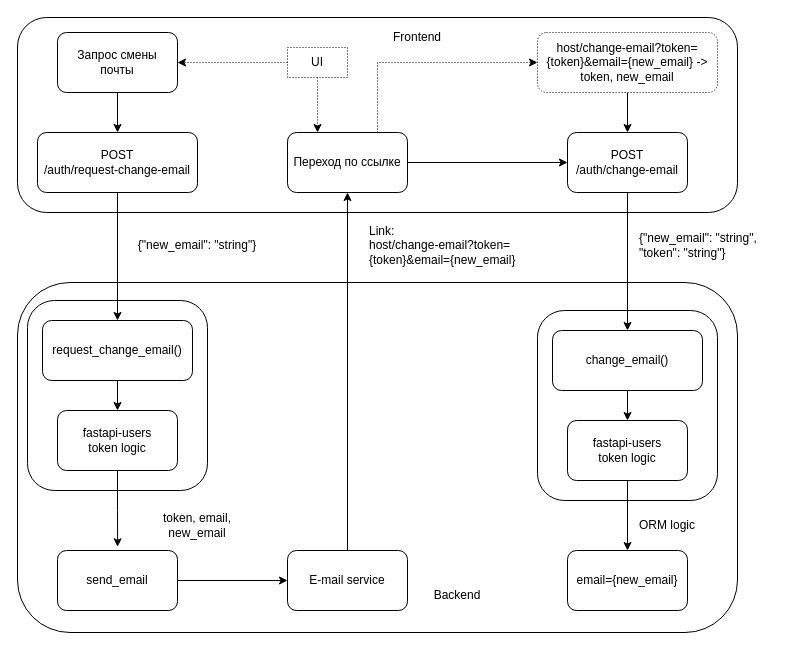
The draw.io diagram docs/diagrams/change_email_process.drawio in Forkenn/HosteyPic, before the edit. Source tidied: cells renumbered, new cells numbered last; positions are measured from the earlier drawing's top-left corner, leaving out a move shared by most shapes. Both pictures are drawn from the tidied source at 100%, with x=0, y=0 at pixel (17, 17).
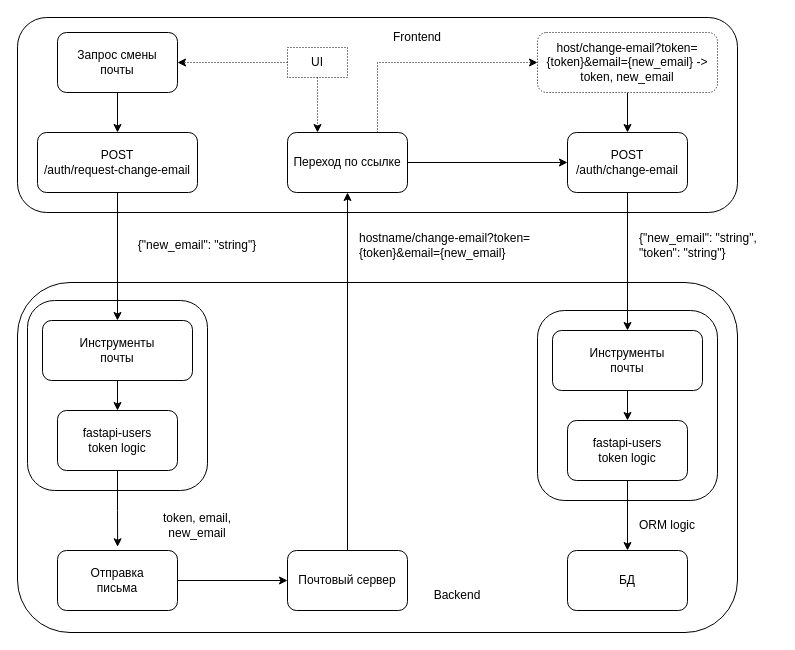
After the change.

Commit message (it also covers changes not shown here):
Update process diagrams

The edit, as a diff of the source:
```diff
@@
-    <mxCell id="10" value="Link:&lt;br&gt;&lt;div&gt;host/change-email?token={token}&amp;amp;email={new_email}&lt;/div&gt;" style="text;html=1;align=left;verticalAlign=middle;whiteSpace=wrap;rounded=0;" parent="1" vertex="1">
-      <mxGeometry x="350" y="203" width="180" height="50" as="geometry" />
+    <mxCell id="10" value="&lt;div&gt;hostname/change-email?token={token}&amp;amp;email={new_email}&lt;/div&gt;" style="text;html=1;align=left;verticalAlign=middle;whiteSpace=wrap;rounded=0;" parent="1" vertex="1">
+      <mxGeometry x="340" y="203" width="230" height="50" as="geometry" />
     </mxCell>
@@
-    <mxCell id="20" value="request_change_email()" style="rounded=1;whiteSpace=wrap;html=1;" parent="1" vertex="1">
+    <mxCell id="20" value="&lt;div&gt;Инструменты&lt;/div&gt;&lt;div&gt;почты&lt;br&gt;&lt;/div&gt;" style="rounded=1;whiteSpace=wrap;html=1;" parent="1" vertex="1">
       <mxGeometry x="25" y="303" width="150" height="60" as="geometry" />
     </mxCell>
@@
-    <mxCell id="23" value="send_email" style="rounded=1;whiteSpace=wrap;html=1;" parent="1" vertex="1">
+    <mxCell id="23" value="&lt;div&gt;Отправка&lt;/div&gt;&lt;div&gt;письма&lt;br&gt;&lt;/div&gt;" style="rounded=1;whiteSpace=wrap;html=1;" parent="1" vertex="1">
       <mxGeometry x="40" y="533" width="120" height="60" as="geometry" />
     </mxCell>
@@
-    <mxCell id="26" value="E-mail service" style="rounded=1;whiteSpace=wrap;html=1;" parent="1" vertex="1">
+    <mxCell id="26" value="Почтовый сервер" style="rounded=1;whiteSpace=wrap;html=1;" parent="1" vertex="1">
       <mxGeometry x="270" y="533" width="120" height="60" as="geometry" />
     </mxCell>
@@
-    <mxCell id="29" value="change_email()" style="rounded=1;whiteSpace=wrap;html=1;" parent="1" vertex="1">
+    <mxCell id="29" value="&lt;div&gt;Инструменты&lt;/div&gt;&lt;div&gt;почты&lt;br&gt;&lt;/div&gt;" style="rounded=1;whiteSpace=wrap;html=1;" parent="1" vertex="1">
       <mxGeometry x="535" y="313" width="150" height="60" as="geometry" />
     </mxCell>
@@
-    <mxCell id="32" value="email={new_email}" style="rounded=1;whiteSpace=wrap;html=1;" parent="1" vertex="1">
+    <mxCell id="32" value="БД" style="rounded=1;whiteSpace=wrap;html=1;" parent="1" vertex="1">
       <mxGeometry x="550" y="533" width="120" height="60" as="geometry" />
     </mxCell>
```
